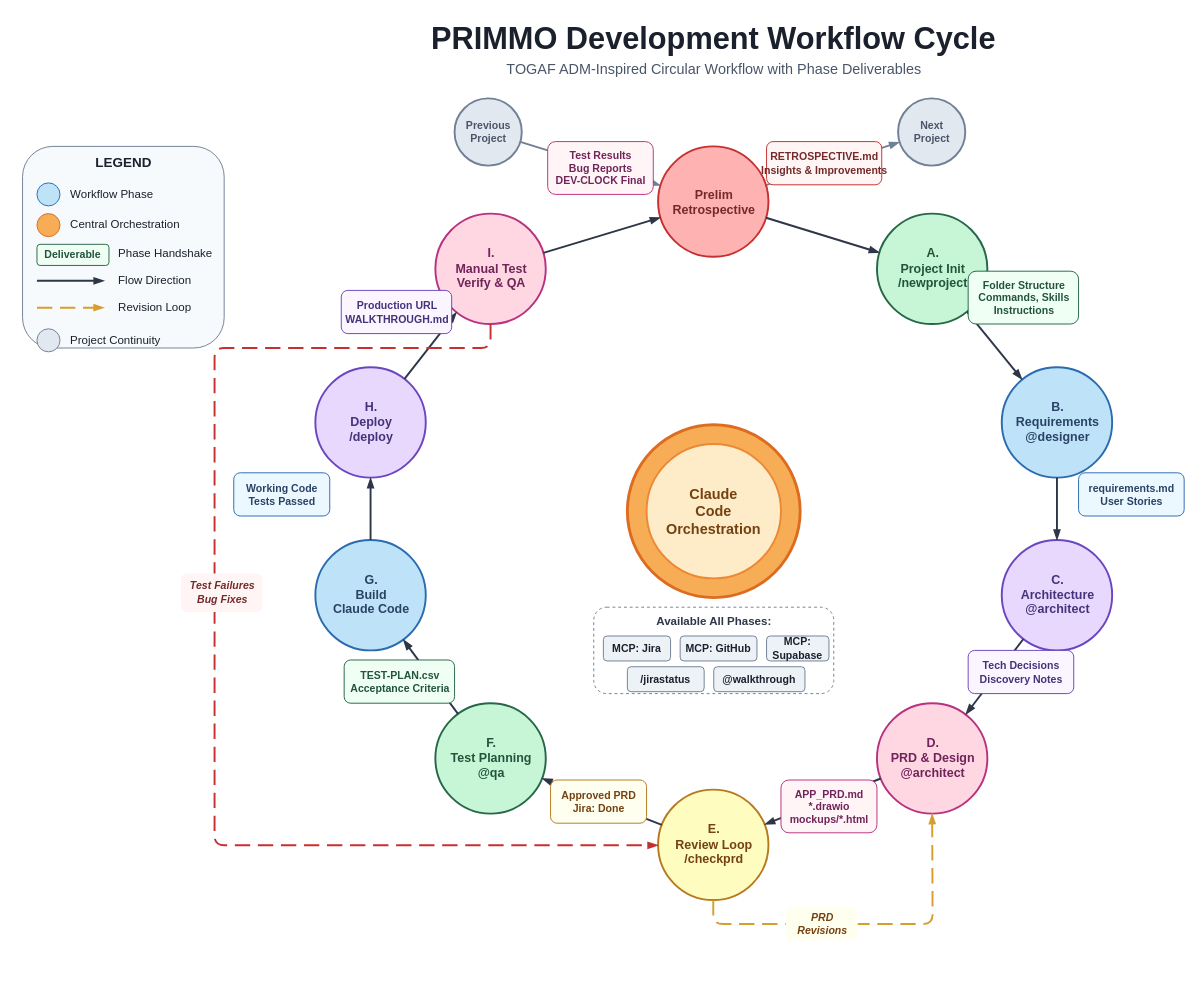
Above: docs/drawio/dev-workflow-cycle.drawio in castroarun/PRIMMO (draw.io), before the change. Source tidied: cells renumbered, new cells numbered last; positions are measured from the earlier drawing's top-left corner, leaving out a move shared by most shapes. Both pictures are drawn from the tidied source at 96%, with x=0, y=0 at pixel (22, 16).
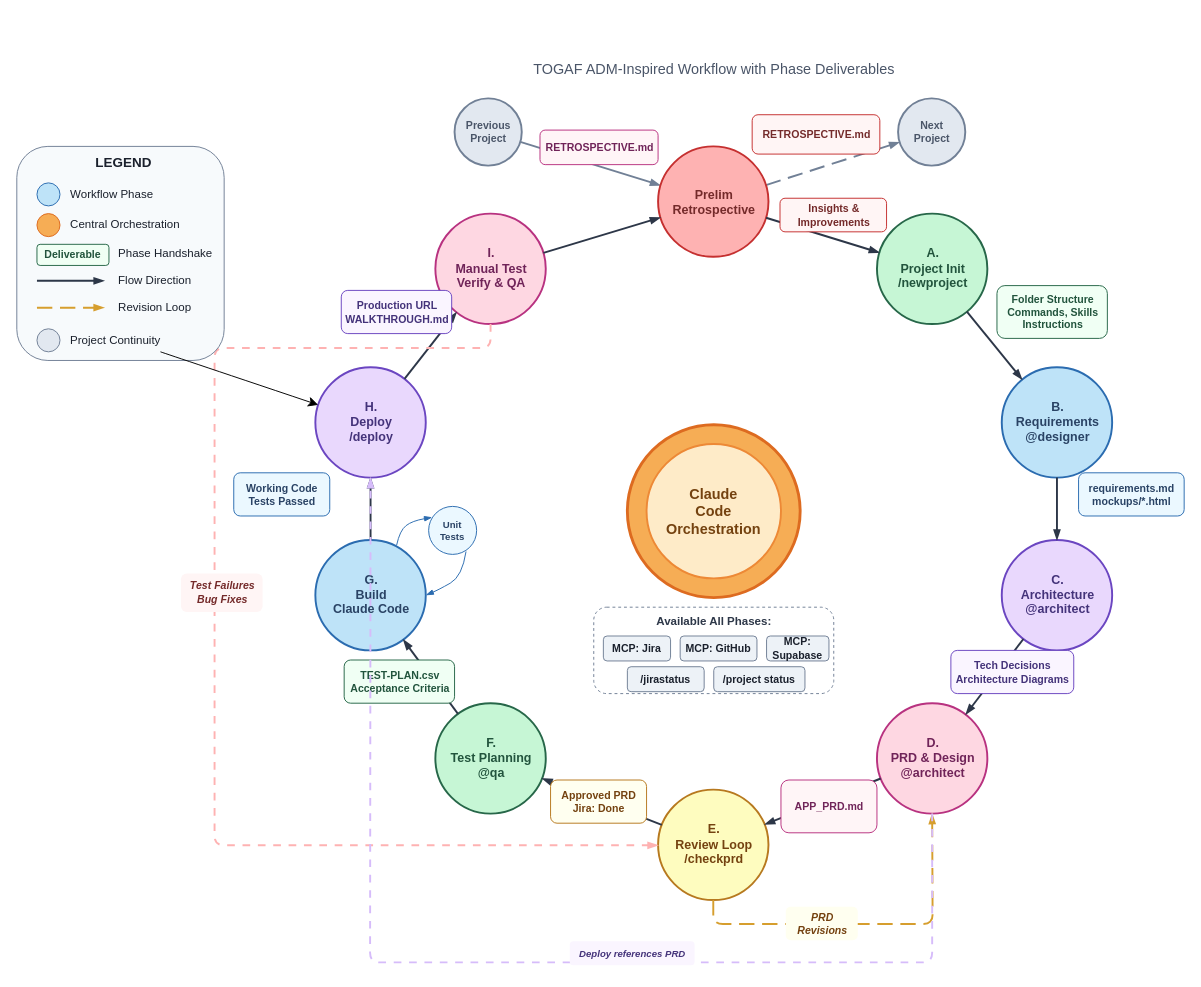
Above is the later version.

Commit message (it also covers changes not shown here):
Move design docs to docs/Design/ and add stage deliverables

Unchanged cells that the change refers to:
```xml
<mxCell id="21" style="ellipse;whiteSpace=wrap;html=1;fillColor=#FED7E2;strokeColor=#B83280;strokeWidth=2;" parent="1" vertex="1">
  <mxGeometry x="890" y="715" width="115" height="115" as="geometry" />
</mxCell>
<mxCell id="23" style="ellipse;whiteSpace=wrap;html=1;fillColor=#FEFCBF;strokeColor=#B7791F;strokeWidth=2;" parent="1" vertex="1">
  <mxGeometry x="662" y="805" width="115" height="115" as="geometry" />
</mxCell>
<mxCell id="27" style="ellipse;whiteSpace=wrap;html=1;fillColor=#BEE3F8;strokeColor=#2B6CB0;strokeWidth=2;" parent="1" vertex="1">
  <mxGeometry x="305" y="545" width="115" height="115" as="geometry" />
</mxCell>
<mxCell id="29" style="ellipse;whiteSpace=wrap;html=1;fillColor=#E9D8FD;strokeColor=#6B46C1;strokeWidth=2;" parent="1" vertex="1">
  <mxGeometry x="305" y="365" width="115" height="115" as="geometry" />
</mxCell>
<mxCell id="31" style="ellipse;whiteSpace=wrap;html=1;fillColor=#FED7E2;strokeColor=#B83280;strokeWidth=2;" parent="1" vertex="1">
  <mxGeometry x="430" y="205" width="115" height="115" as="geometry" />
</mxCell>
<mxCell id="77" value="Project Continuity" style="text;html=1;strokeColor=none;fillColor=none;align=left;verticalAlign=middle;fontSize=12;fontColor=#1A202C;fontFamily=Helvetica;" parent="1" vertex="1">
  <mxGeometry x="48" y="325" width="120" height="24" as="geometry" />
</mxCell>
```

What changed in the source:
```diff
@@
-    <mxCell id="2" value="PRIMMO Development Workflow Cycle" style="text;html=1;strokeColor=none;fillColor=none;align=center;verticalAlign=middle;whiteSpace=wrap;rounded=0;fontSize=32;fontStyle=1;fontColor=#1A202C;fontFamily=Helvetica;" parent="1" vertex="1">
-      <mxGeometry x="420" width="600" height="45" as="geometry" />
-    </mxCell>
-    <mxCell id="3" value="TOGAF ADM-Inspired Circular Workflow with Phase Deliverables" style="text;html=1;strokeColor=none;fillColor=none;align=center;verticalAlign=middle;fontSize=15;fontColor=#4A5568;fontFamily=Helvetica;" parent="1" vertex="1">
+    <mxCell id="3" value="TOGAF ADM-Inspired Workflow with Phase Deliverables" style="text;html=1;strokeColor=none;fillColor=none;align=center;verticalAlign=middle;fontSize=15;fontColor=#4A5568;fontFamily=Helvetica;" parent="1" vertex="1">
       <mxGeometry x="420" y="40" width="600" height="28" as="geometry" />
     </mxCell>
@@
+    <mxCell id="78" value="Unit&#10;Tests" style="ellipse;whiteSpace=wrap;html=1;fillColor=#EBF8FF;strokeColor=#2B6CB0;strokeWidth=1;fontSize=10;fontColor=#2A4365;fontStyle=1;" parent="1" vertex="1">
+      <mxGeometry x="423" y="510" width="50" height="50" as="geometry" />
+    </mxCell>
+    <mxCell id="79" style="edgeStyle=none;curved=1;rounded=1;jettySize=auto;html=1;strokeWidth=1;strokeColor=#2B6CB0;endArrow=blockThin;endFill=1;entryX=0.073;entryY=0.229;entryDx=0;entryDy=0;exitX=0.736;exitY=0.047;exitDx=0;exitDy=0;exitPerimeter=0;entryPerimeter=0;" parent="1" edge="1" source="27" target="78">
+      <mxGeometry relative="1" as="geometry">
+        <Array as="points">
+          <mxPoint x="393" y="535" />
+          <mxPoint x="406" y="525" />
+        </Array>
+      </mxGeometry>
+    </mxCell>
+    <mxCell id="80" style="edgeStyle=none;curved=1;rounded=1;jettySize=auto;html=1;strokeWidth=1;strokeColor=#2B6CB0;endArrow=blockThin;endFill=1;exitX=0.779;exitY=0.94;exitDx=0;exitDy=0;entryX=1;entryY=0.5;entryDx=0;entryDy=0;exitPerimeter=0;" parent="1" edge="1" source="78" target="27">
+      <mxGeometry relative="1" as="geometry">
+        <Array as="points">
+          <mxPoint x="458" y="583" />
+          <mxPoint x="433" y="597" />
+        </Array>
+      </mxGeometry>
+    </mxCell>
@@
-    <mxCell id="34" value="RETROSPECTIVE.md&#10;Insights &amp; Improvements" style="text;html=1;strokeColor=#C53030;fillColor=#FFF5F5;align=center;verticalAlign=middle;fontSize=11;fontColor=#742A2A;rounded=1;fontStyle=1;strokeWidth=1;fontFamily=Helvetica;" parent="1" vertex="1">
-      <mxGeometry x="775" y="130" width="120" height="45" as="geometry" />
+    <mxCell id="34" value="RETROSPECTIVE.md" style="text;html=1;strokeColor=#C53030;fillColor=#FFF5F5;align=center;verticalAlign=middle;fontSize=11;fontColor=#742A2A;rounded=1;fontStyle=1;strokeWidth=1;fontFamily=Helvetica;" parent="1" vertex="1">
+      <mxGeometry x="760" y="102" width="133" height="41" as="geometry" />
     </mxCell>
@@
     <mxCell id="36" value="Folder Structure&#10;Commands, Skills&#10;Instructions" style="text;html=1;strokeColor=#276749;fillColor=#F0FFF4;align=center;verticalAlign=middle;fontSize=11;fontColor=#22543D;rounded=1;fontStyle=1;strokeWidth=1;fontFamily=Helvetica;" parent="1" vertex="1">
-      <mxGeometry x="985" y="265" width="115" height="55" as="geometry" />
+      <mxGeometry x="1015" y="280" width="115" height="55" as="geometry" />
     </mxCell>
@@
-    <mxCell id="38" value="requirements.md&#10;User Stories" style="text;html=1;strokeColor=#2B6CB0;fillColor=#EBF8FF;align=center;verticalAlign=middle;fontSize=11;fontColor=#2A4365;rounded=1;fontStyle=1;strokeWidth=1;fontFamily=Helvetica;" parent="1" vertex="1">
+    <mxCell id="38" value="requirements.md&#10;mockups/*.html" style="text;html=1;strokeColor=#2B6CB0;fillColor=#EBF8FF;align=center;verticalAlign=middle;fontSize=11;fontColor=#2A4365;rounded=1;fontStyle=1;strokeWidth=1;fontFamily=Helvetica;" parent="1" vertex="1">
       <mxGeometry x="1100" y="475" width="110" height="45" as="geometry" />
     </mxCell>
@@
-    <mxCell id="40" value="Tech Decisions&#10;Discovery Notes" style="text;html=1;strokeColor=#6B46C1;fillColor=#FAF5FF;align=center;verticalAlign=middle;fontSize=11;fontColor=#44337A;rounded=1;fontStyle=1;strokeWidth=1;fontFamily=Helvetica;" parent="1" vertex="1">
-      <mxGeometry x="985" y="660" width="110" height="45" as="geometry" />
+    <mxCell id="40" value="Tech Decisions&#10;Architecture Diagrams" style="text;html=1;strokeColor=#6B46C1;fillColor=#FAF5FF;align=center;verticalAlign=middle;fontSize=11;fontColor=#44337A;rounded=1;fontStyle=1;strokeWidth=1;fontFamily=Helvetica;" parent="1" vertex="1">
+      <mxGeometry x="967" y="660" width="128" height="45" as="geometry" />
     </mxCell>
@@
-    <mxCell id="42" value="APP_PRD.md&#10;*.drawio&#10;mockups/*.html" style="text;html=1;strokeColor=#B83280;fillColor=#FFF5F7;align=center;verticalAlign=middle;fontSize=11;fontColor=#702459;rounded=1;fontStyle=1;strokeWidth=1;fontFamily=Helvetica;" parent="1" vertex="1">
+    <mxCell id="42" value="APP_PRD.md" style="text;html=1;strokeColor=#B83280;fillColor=#FFF5F7;align=center;verticalAlign=middle;fontSize=11;fontColor=#702459;rounded=1;fontStyle=1;strokeWidth=1;fontFamily=Helvetica;" parent="1" vertex="1">
       <mxGeometry x="790" y="795" width="100" height="55" as="geometry" />
     </mxCell>
@@
-    <mxCell id="52" value="Test Results&#10;Bug Reports&#10;DEV-CLOCK Final" style="text;html=1;strokeColor=#B83280;fillColor=#FFF5F7;align=center;verticalAlign=middle;fontSize=11;fontColor=#702459;rounded=1;fontStyle=1;strokeWidth=1;fontFamily=Helvetica;" parent="1" vertex="1">
-      <mxGeometry x="547" y="130" width="110" height="55" as="geometry" />
+    <mxCell id="52" value="RETROSPECTIVE.md" style="text;html=1;strokeColor=#B83280;fillColor=#FFF5F7;align=center;verticalAlign=middle;fontSize=11;fontColor=#702459;rounded=1;fontStyle=1;strokeWidth=1;fontFamily=Helvetica;" parent="1" vertex="1">
+      <mxGeometry x="539" y="118" width="123" height="36" as="geometry" />
     </mxCell>
@@
-    <mxCell id="55" style="edgeStyle=orthogonalEdgeStyle;rounded=1;jettySize=auto;html=1;strokeWidth=2;strokeColor=#C53030;endArrow=blockThin;endFill=1;dashed=1;dashPattern=8 4;" parent="1" edge="1" source="31" target="23">
+    <mxCell id="55" style="edgeStyle=orthogonalEdgeStyle;rounded=1;jettySize=auto;html=1;strokeWidth=2;strokeColor=#FEB2B2;endArrow=blockThin;endFill=1;dashed=1;dashPattern=4 4;" parent="1" edge="1" source="31" target="23">
       <mxGeometry relative="1" as="geometry">
         <Array as="points">
           <mxPoint x="488" y="345" />
           <mxPoint x="200" y="345" />
           <mxPoint x="200" y="863" />
         </Array>
       </mxGeometry>
     </mxCell>
@@
-    <mxCell id="63" value="@walkthrough" style="rounded=1;whiteSpace=wrap;html=1;fillColor=#EDF2F7;strokeColor=#718096;fontSize=11;fontColor=#1A202C;fontStyle=1;fontFamily=Helvetica;" parent="1" vertex="1">
+    <mxCell id="63" value="/project status" style="rounded=1;whiteSpace=wrap;html=1;fillColor=#EDF2F7;strokeColor=#718096;fontSize=11;fontColor=#1A202C;fontStyle=1;fontFamily=Helvetica;" parent="1" vertex="1">
       <mxGeometry x="720" y="677" width="95" height="26" as="geometry" />
     </mxCell>
+    <mxCell id="81" style="edgeStyle=orthogonalEdgeStyle;rounded=1;jettySize=auto;html=1;strokeWidth=2;strokeColor=#D6BCFA;endArrow=blockThin;endFill=1;dashed=1;dashPattern=4 4;" parent="1" edge="1" source="21" target="29">
+      <mxGeometry relative="1" as="geometry">
+        <Array as="points">
+          <mxPoint x="948" y="985" />
+          <mxPoint x="362" y="985" />
+        </Array>
+      </mxGeometry>
+    </mxCell>
+    <mxCell id="82" value="Deploy references PRD" style="text;html=1;strokeColor=none;fillColor=#FAF5FF;align=center;verticalAlign=middle;fontSize=10;fontColor=#44337A;rounded=1;fontStyle=3;fontFamily=Helvetica;" parent="1" vertex="1">
+      <mxGeometry x="570" y="963" width="130" height="25" as="geometry" />
+    </mxCell>
     <mxCell id="64" style="rounded=1;whiteSpace=wrap;html=1;fillColor=#F7FAFC;strokeColor=#718096;strokeWidth=1;" parent="1" vertex="1">
-      <mxGeometry y="135" width="210" height="210" as="geometry" />
+      <mxGeometry x="-6" y="135" width="216" height="223" as="geometry" />
     </mxCell>
@@
+    <mxCell id="83" style="edgeStyle=none;curved=1;rounded=0;jettySize=auto;html=1;fontSize=12;startSize=8;endSize=8;" parent="1" edge="1" source="77" target="29">
+      <mxGeometry relative="1" as="geometry" />
+    </mxCell>
@@
+    <mxCell id="84" value="Insights &amp;amp; &lt;br&gt;Improvements" style="text;html=1;strokeColor=#C53030;fillColor=#FFF5F5;align=center;verticalAlign=middle;fontSize=11;fontColor=#742A2A;rounded=1;fontStyle=1;strokeWidth=1;fontFamily=Helvetica;" parent="1" vertex="1">
+      <mxGeometry x="789" y="189" width="111" height="35" as="geometry" />
+    </mxCell>
```
